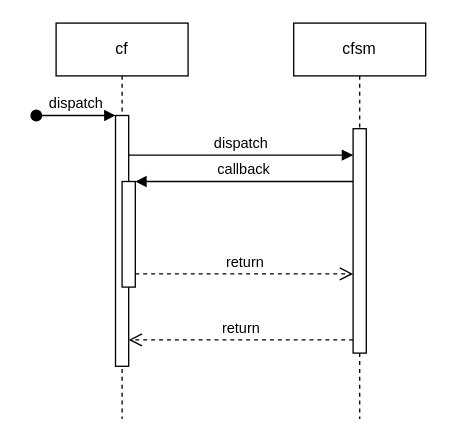
The draw.io diagram gittuto/studyfile/study.drawio in junehaha/studyFiles, before the edit. Source tidied: cells renumbered, new cells numbered last; positions are measured from the earlier drawing's top-left corner, leaving out a move shared by most shapes. Both pictures are drawn from the tidied source at 132%, with x=0, y=0 at pixel (36, 22).
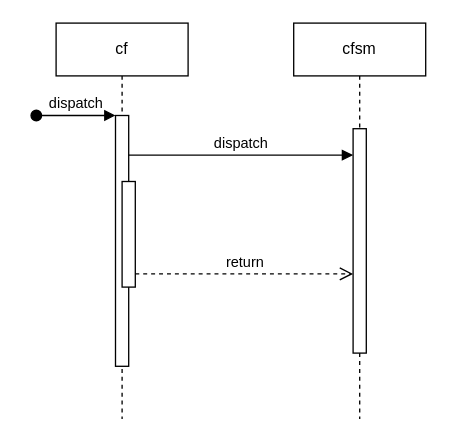
The same diagram, later.

Change to the diagram source:
```diff
@@
 <mxGraphModel>
   <root>
     <mxCell id="0" />
     <mxCell id="1" parent="0" />
     <mxCell id="2" value="cf&lt;br&gt;" style="shape=umlLifeline;perimeter=lifelinePerimeter;whiteSpace=wrap;html=1;newEdgeStyle={&quot;edgeStyle&quot;:&quot;elbowEdgeStyle&quot;,&quot;elbow&quot;:&quot;vertical&quot;,&quot;curved&quot;:0,&quot;rounded&quot;:0};" parent="1" vertex="1">
       <mxGeometry x="15" width="100" height="300" as="geometry" />
     </mxCell>
     <mxCell id="3" style="html=1;points=[];perimeter=orthogonalPerimeter;outlineConnect=0;targetShapes=umlLifeline;portConstraint=eastwest;newEdgeStyle={&quot;edgeStyle&quot;:&quot;elbowEdgeStyle&quot;,&quot;elbow&quot;:&quot;vertical&quot;,&quot;curved&quot;:0,&quot;rounded&quot;:0};" parent="2" vertex="1">
       <mxGeometry x="45" y="70" width="10" height="190" as="geometry" />
     </mxCell>
     <mxCell id="4" value="dispatch" style="html=1;verticalAlign=bottom;startArrow=oval;endArrow=block;startSize=8;edgeStyle=elbowEdgeStyle;elbow=vertical;curved=0;rounded=0;" parent="2" edge="1" target="3">
       <mxGeometry relative="1" as="geometry">
         <mxPoint x="-15" y="70" as="sourcePoint" />
       </mxGeometry>
     </mxCell>
     <mxCell id="5" style="html=1;points=[];perimeter=orthogonalPerimeter;outlineConnect=0;targetShapes=umlLifeline;portConstraint=eastwest;newEdgeStyle={&quot;edgeStyle&quot;:&quot;elbowEdgeStyle&quot;,&quot;elbow&quot;:&quot;vertical&quot;,&quot;curved&quot;:0,&quot;rounded&quot;:0};" parent="2" vertex="1">
       <mxGeometry x="50" y="120" width="10" height="80" as="geometry" />
     </mxCell>
     <mxCell id="6" value="cfsm" style="shape=umlLifeline;perimeter=lifelinePerimeter;whiteSpace=wrap;html=1;newEdgeStyle={&quot;edgeStyle&quot;:&quot;elbowEdgeStyle&quot;,&quot;elbow&quot;:&quot;vertical&quot;,&quot;curved&quot;:0,&quot;rounded&quot;:0};" parent="1" vertex="1">
       <mxGeometry x="195" width="100" height="300" as="geometry" />
     </mxCell>
     <mxCell id="7" style="html=1;points=[];perimeter=orthogonalPerimeter;outlineConnect=0;targetShapes=umlLifeline;portConstraint=eastwest;newEdgeStyle={&quot;edgeStyle&quot;:&quot;elbowEdgeStyle&quot;,&quot;elbow&quot;:&quot;vertical&quot;,&quot;curved&quot;:0,&quot;rounded&quot;:0};" parent="6" vertex="1">
       <mxGeometry x="45" y="80" width="10" height="170" as="geometry" />
     </mxCell>
     <mxCell id="8" value="dispatch" style="html=1;verticalAlign=bottom;endArrow=block;edgeStyle=elbowEdgeStyle;elbow=vertical;curved=0;rounded=0;" parent="1" edge="1" source="3" target="7">
       <mxGeometry relative="1" as="geometry">
         <Array as="points">
           <mxPoint x="205" y="100" />
           <mxPoint x="155" y="80" />
         </Array>
       </mxGeometry>
     </mxCell>
-    <mxCell id="9" value="return" style="html=1;verticalAlign=bottom;endArrow=open;dashed=1;endSize=8;edgeStyle=elbowEdgeStyle;elbow=vertical;curved=0;rounded=0;" parent="1" edge="1" source="7" target="3">
-      <mxGeometry relative="1" as="geometry">
-        <Array as="points">
-          <mxPoint x="165" y="240" />
-        </Array>
-      </mxGeometry>
-    </mxCell>
-    <mxCell id="10" value="callback" style="html=1;verticalAlign=bottom;endArrow=block;edgeStyle=elbowEdgeStyle;elbow=vertical;curved=0;rounded=0;" parent="1" edge="1" source="7" target="5">
-      <mxGeometry relative="1" as="geometry">
-        <Array as="points">
-          <mxPoint x="165" y="120" />
-        </Array>
-      </mxGeometry>
-    </mxCell>
     <mxCell id="11" value="return" style="html=1;verticalAlign=bottom;endArrow=open;dashed=1;endSize=8;edgeStyle=elbowEdgeStyle;elbow=vertical;curved=0;rounded=0;" parent="1" edge="1" source="5" target="7">
       <mxGeometry relative="1" as="geometry">
         <Array as="points">
           <mxPoint x="155" y="190" />
         </Array>
       </mxGeometry>
     </mxCell>
   </root>
 </mxGraphModel>
```
